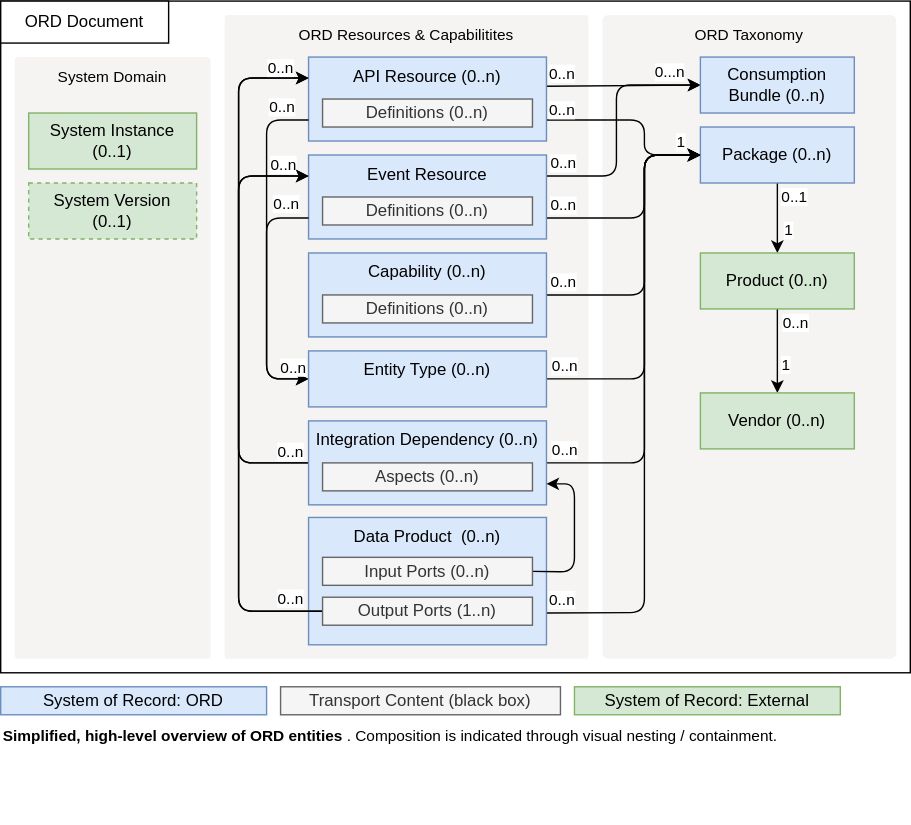
The draw.io diagram static/img/ord-high-level-data-model.drawio.svg in SAP/open-resource-discovery, before a commit. Source tidied: cells renumbered, new cells last; positions are measured from the earlier drawing's top-left corner, leaving out a move shared by most shapes.
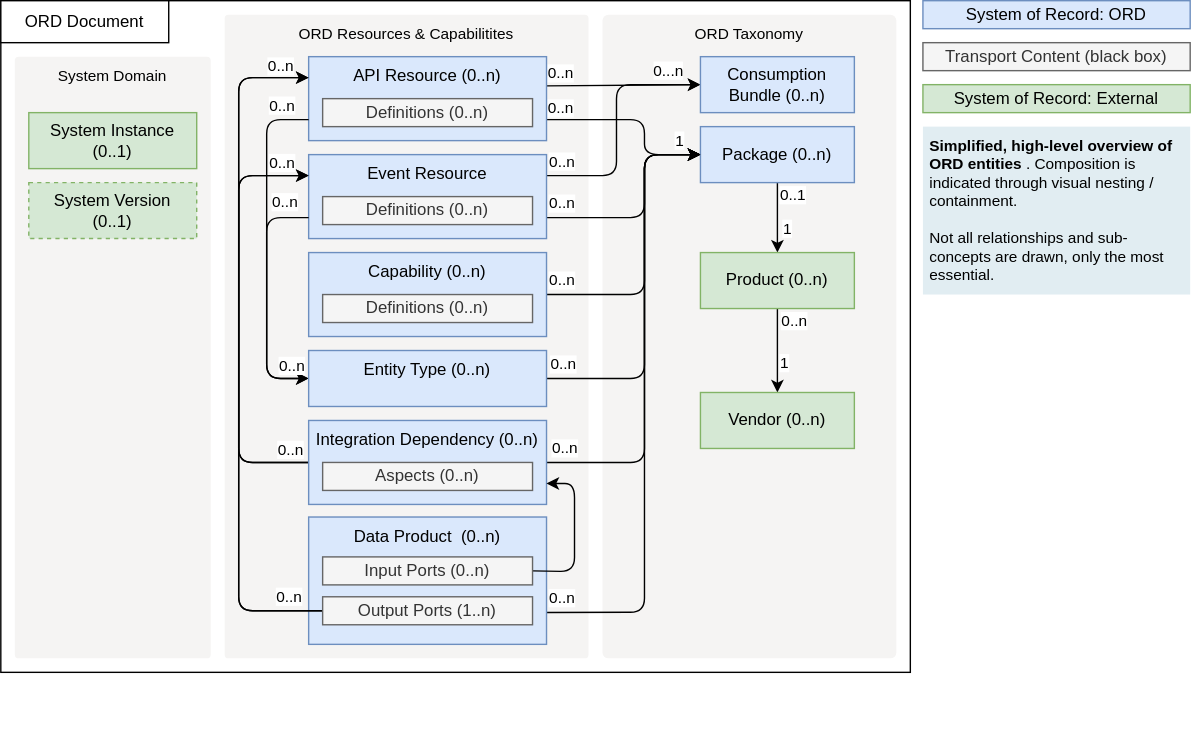
Later version of the same file.

The edit, as a diff of the source:
```diff
@@ -194,7 +194,7 @@
       <mxGeometry x="230" y="70" width="150" height="20" as="geometry" />
     </mxCell>
     <mxCell id="44" value="Best viewed with the &lt;a href=&quot;https://github.com/ariel-bentu/tam-drawio&quot;&gt;TAM plugin&lt;/a&gt;" style="text;html=1;shape=tamPluginMissing;" parent="1" vertex="1">
-      <mxGeometry x="235" y="563" width="200" height="25" as="geometry" />
+      <mxGeometry x="335" y="510" width="200" height="25" as="geometry" />
     </mxCell>
     <mxCell id="45" style="edgeStyle=none;html=1;entryX=0;entryY=0.5;entryDx=0;entryDy=0;fontSize=11;endArrow=classic;endFill=1;" parent="1" edge="1" source="52" target="37">
       <mxGeometry relative="1" as="geometry">
@@ -247,16 +247,16 @@
       <mxGeometry x="230" y="330" width="150" height="20" as="geometry" />
     </mxCell>
     <mxCell id="54" value="System of Record: ORD" style="rounded=0;whiteSpace=wrap;html=1;fillColor=#dae8fc;strokeColor=#6c8ebf;" parent="1" vertex="1">
-      <mxGeometry y="490" width="190" height="20" as="geometry" />
+      <mxGeometry x="659" width="191" height="20" as="geometry" />
     </mxCell>
     <mxCell id="55" value="System of Record: External" style="rounded=0;whiteSpace=wrap;html=1;fillColor=#d5e8d4;strokeColor=#82b366;" parent="1" vertex="1">
-      <mxGeometry x="410" y="490" width="190" height="20" as="geometry" />
+      <mxGeometry x="659" y="60" width="191" height="20" as="geometry" />
     </mxCell>
     <mxCell id="56" value="Transport Content (black box)" style="rounded=0;whiteSpace=wrap;html=1;fillColor=#f5f5f5;strokeColor=#666666;fontColor=#333333;" parent="1" vertex="1">
-      <mxGeometry x="200" y="490" width="200" height="20" as="geometry" />
+      <mxGeometry x="659" y="30" width="191" height="20" as="geometry" />
     </mxCell>
-    <mxCell id="57" value="&lt;b&gt;Simplified, high-level overview of ORD entities&lt;/b&gt;. Composition is indicated through visual nesting / containment." style="text;html=1;strokeColor=none;fillColor=none;align=left;verticalAlign=middle;whiteSpace=wrap;rounded=0;glass=0;sketch=0;fillStyle=auto;fontSize=11;" parent="1" vertex="1">
-      <mxGeometry y="516" width="650" height="17" as="geometry" />
+    <mxCell id="57" value="&lt;b&gt;Simplified, high-level overview of ORD entities&lt;/b&gt;. Composition is indicated through visual nesting / containment.&lt;br&gt;&lt;br&gt;Not all relationships and sub-concepts are drawn, only the most essential." style="text;html=1;align=left;verticalAlign=middle;whiteSpace=wrap;rounded=0;glass=0;sketch=0;fillStyle=auto;fontSize=11;fillColor=#E1EDF2;spacingLeft=3;spacingBottom=3;spacingRight=3;spacingTop=3;" parent="1" vertex="1">
+      <mxGeometry x="659" y="90" width="191" height="120" as="geometry" />
     </mxCell>
     <mxCell id="58" style="edgeStyle=none;html=1;entryX=0;entryY=0.5;entryDx=0;entryDy=0;exitX=1;exitY=0.75;exitDx=0;exitDy=0;" parent="1" edge="1" source="60" target="37">
       <mxGeometry relative="1" as="geometry">
```
